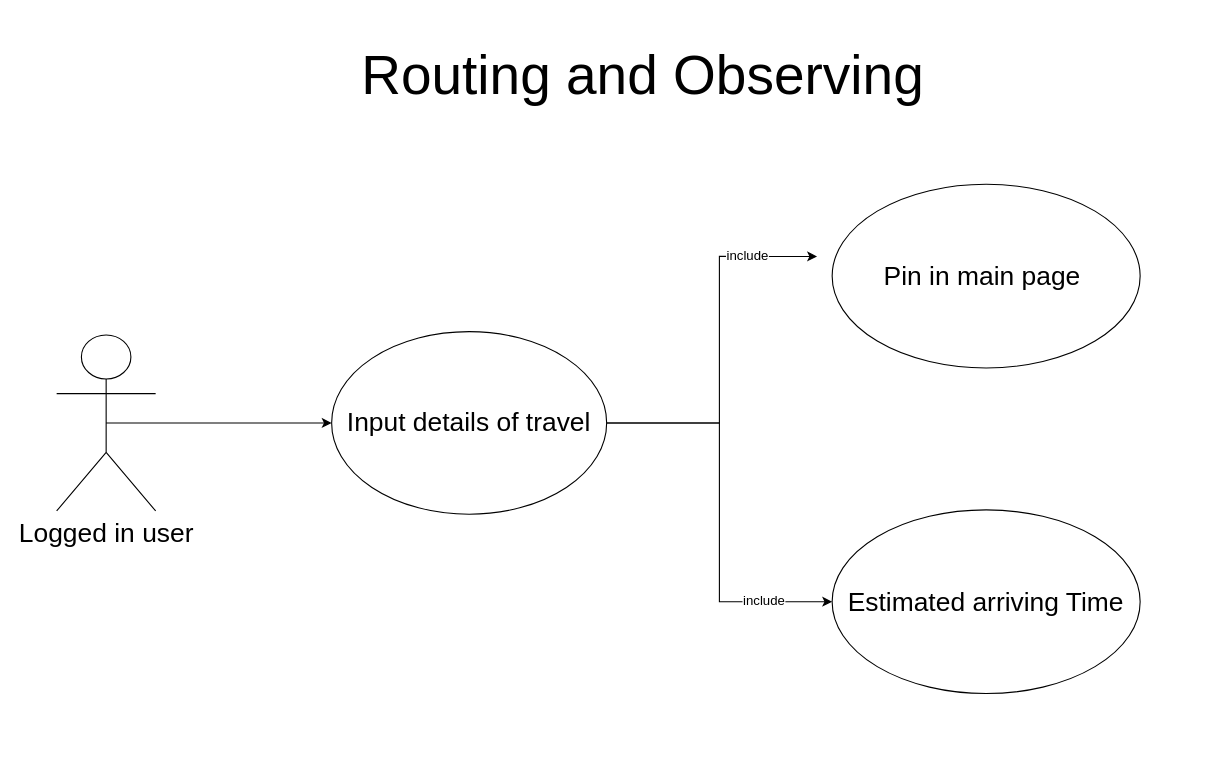
This is Use-case/routing.drawio from kargaranamir/Travelink, a draw.io file, before an edit. Source tidied: cells renumbered, new cells numbered last; positions are measured from the earlier drawing's top-left corner, leaving out a move shared by most shapes. Both pictures are drawn from the tidied source at 110%, with x=0, y=0 at pixel (56, 63).
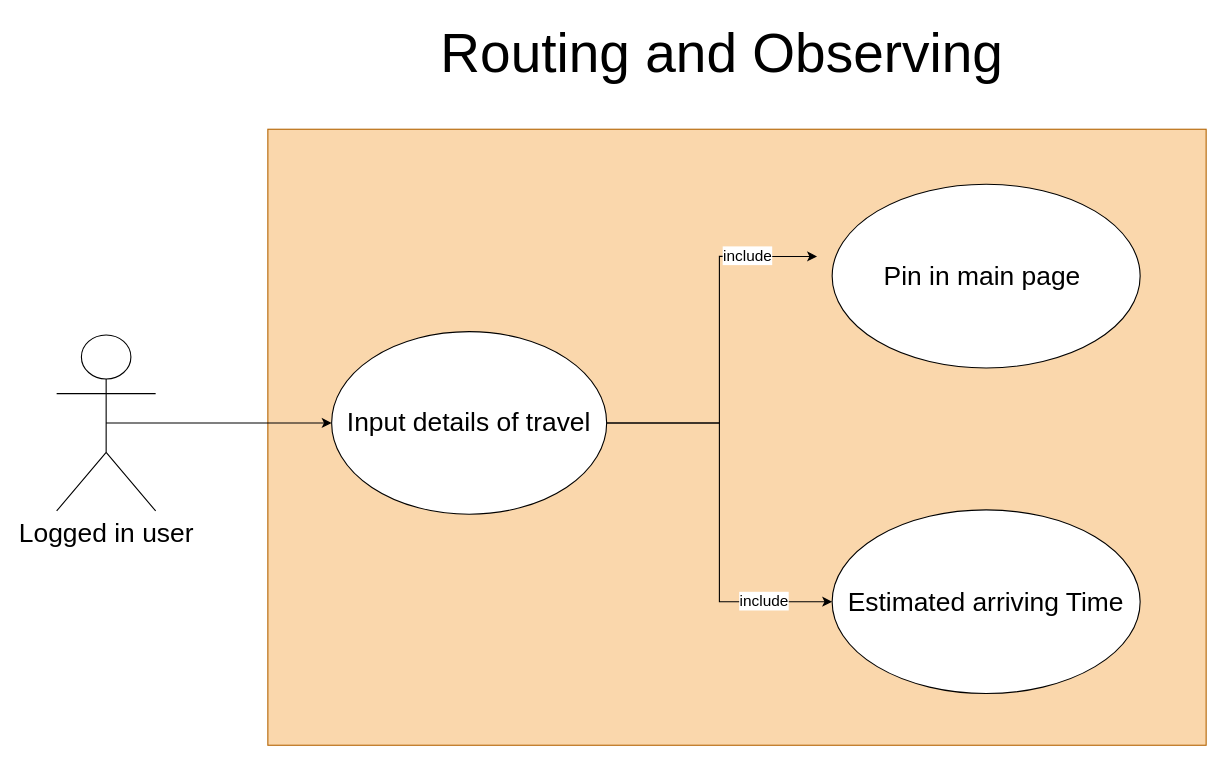
Above is the later version.

The edit, as a diff of the source:
```diff
@@
 <mxGraphModel>
   <root>
     <mxCell id="0" />
     <mxCell id="1" parent="0" />
+    <mxCell id="10" value="&lt;font style=&quot;font-size: 50px&quot;&gt;Routing and Observing&amp;nbsp;&lt;/font&gt;" style="text;html=1;strokeColor=none;fillColor=none;align=center;verticalAlign=middle;whiteSpace=wrap;rounded=0;" parent="1" vertex="1">
+      <mxGeometry x="322" y="-20" width="580" height="20" as="geometry" />
+    </mxCell>
+    <mxCell id="12" style="rounded=0;whiteSpace=wrap;html=1;fillColor=#fad7ac;strokeColor=#b46504;" parent="1" vertex="1">
+      <mxGeometry x="192" y="60" width="853" height="560" as="geometry" />
+    </mxCell>
     <mxCell id="2" style="edgeStyle=orthogonalEdgeStyle;rounded=0;jettySize=auto;html=1;exitX=0.5;exitY=0.5;exitDx=0;exitDy=0;exitPerimeter=0;" parent="1" edge="1" source="3" target="8">
       <mxGeometry relative="1" as="geometry" />
     </mxCell>
     <mxCell id="3" value="Logged in user&lt;br style=&quot;font-size: 24px&quot;&gt;" style="shape=umlActor;verticalLabelPosition=bottom;labelBackgroundColor=#ffffff;verticalAlign=top;html=1;outlineConnect=0;fontSize=24;" parent="1" vertex="1">
       <mxGeometry y="247" width="90" height="160" as="geometry" />
     </mxCell>
     <mxCell id="4" style="edgeStyle=orthogonalEdgeStyle;rounded=0;jettySize=auto;html=1;exitX=1;exitY=0.5;exitDx=0;exitDy=0;entryX=-0.049;entryY=0.393;entryDx=0;entryDy=0;entryPerimeter=0;" parent="1" edge="1" source="8" target="9">
       <mxGeometry relative="1" as="geometry" />
     </mxCell>
-    <mxCell id="5" value="include" style="text;html=1;align=center;verticalAlign=middle;labelBackgroundColor=#ffffff;" parent="4" vertex="1">
-      <mxGeometry x="0.63" y="1" relative="1" as="geometry" />
-    </mxCell>
+    <mxCell id="13" value="include" style="text;html=1;align=center;verticalAlign=middle;labelBackgroundColor=#ffffff;fontSize=14;" parent="4" vertex="1">
+      <mxGeometry x="0.63" y="1" relative="1" as="geometry" />
+    </mxCell>
     <mxCell id="6" style="edgeStyle=orthogonalEdgeStyle;rounded=0;jettySize=auto;html=1;exitX=1;exitY=0.5;exitDx=0;exitDy=0;entryX=0;entryY=0.5;entryDx=0;entryDy=0;" parent="1" edge="1" source="8" target="11">
       <mxGeometry relative="1" as="geometry" />
     </mxCell>
-    <mxCell id="7" value="include" style="text;html=1;align=center;verticalAlign=middle;labelBackgroundColor=#ffffff;" parent="6" vertex="1">
-      <mxGeometry x="0.66" y="1" relative="1" as="geometry" />
-    </mxCell>
+    <mxCell id="14" value="include" style="text;html=1;align=center;verticalAlign=middle;labelBackgroundColor=#ffffff;fontSize=14;" parent="6" vertex="1">
+      <mxGeometry x="0.66" y="1" relative="1" as="geometry" />
+    </mxCell>
     <mxCell id="8" value="Input details of travel" style="ellipse;whiteSpace=wrap;html=1;fontSize=24;" parent="1" vertex="1">
       <mxGeometry x="250" y="244" width="250" height="166" as="geometry" />
     </mxCell>
     <mxCell id="9" value="Pin in main page&amp;nbsp;" style="ellipse;whiteSpace=wrap;html=1;fontSize=24;" parent="1" vertex="1">
       <mxGeometry x="705" y="110" width="280" height="167" as="geometry" />
     </mxCell>
-    <mxCell id="10" value="&lt;font style=&quot;font-size: 50px&quot;&gt;Routing and Observing&amp;nbsp;&lt;/font&gt;" style="text;html=1;strokeColor=none;fillColor=none;align=center;verticalAlign=middle;whiteSpace=wrap;rounded=0;" parent="1" vertex="1">
-      <mxGeometry x="250" width="580" height="20" as="geometry" />
-    </mxCell>
     <mxCell id="11" value="&lt;div&gt;Estimated arriving Time&lt;/div&gt;" style="ellipse;whiteSpace=wrap;html=1;fontSize=24;" parent="1" vertex="1">
       <mxGeometry x="705" y="406" width="280" height="167" as="geometry" />
     </mxCell>
   </root>
 </mxGraphModel>
```
